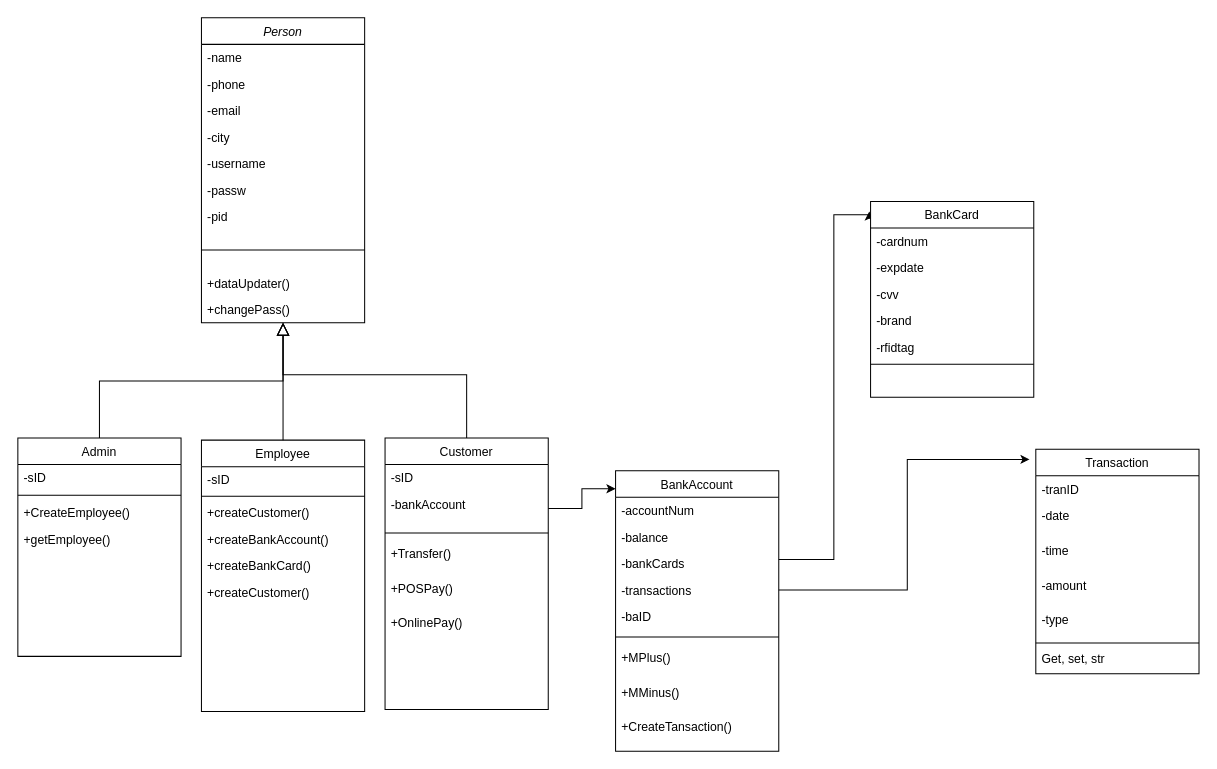
Earlier version of the draw.io diagram OOP Python/Project - Bank/bank.drawio (ladamtla/School). Source tidied: cells renumbered, new cells numbered last; positions are measured from the earlier drawing's top-left corner, leaving out a move shared by most shapes. Both pictures are drawn from the tidied source at 102%, with x=0, y=0 at pixel (17, 17).
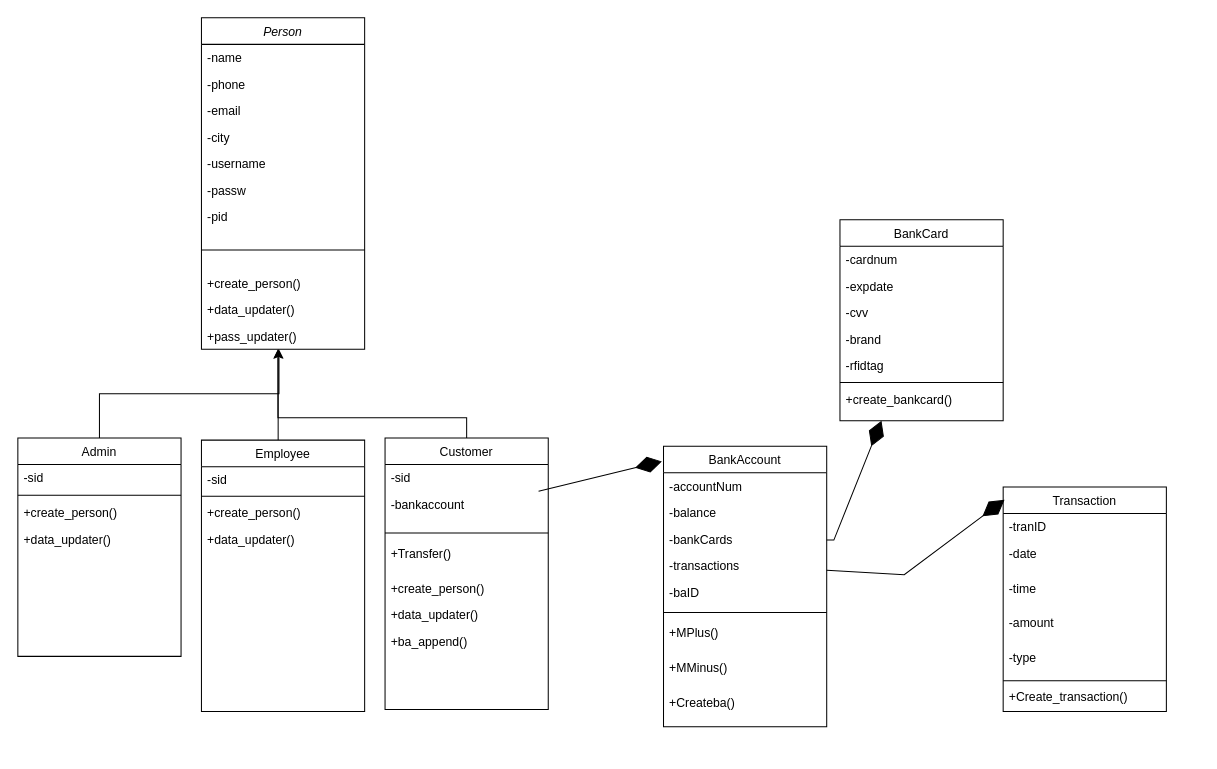
Above is the later version.

The change refers to these unchanged cells:
```xml
<mxCell id="13" value="Admin" style="swimlane;fontStyle=0;align=center;verticalAlign=top;horizontal=1;startSize=26;rounded=0;shadow=0;strokeWidth=1;" parent="1" vertex="1">
  <mxGeometry y="412" width="160" height="214" as="geometry" />
</mxCell>
<mxCell id="19" value="Employee" style="swimlane;fontStyle=0;align=center;verticalAlign=top;horizontal=1;startSize=26;rounded=0;shadow=0;strokeWidth=1;" parent="1" vertex="1">
  <mxGeometry x="180" y="414" width="160" height="266" as="geometry" />
</mxCell>
<mxCell id="27" value="Customer" style="swimlane;fontStyle=0;align=center;verticalAlign=top;horizontal=1;startSize=26;rounded=0;shadow=0;strokeWidth=1;" parent="1" vertex="1">
  <mxGeometry x="360" y="412" width="160" height="266" as="geometry" />
</mxCell>
<mxCell id="39" value="-bankCards" style="text;align=left;verticalAlign=top;spacingLeft=4;spacingRight=4;overflow=hidden;points=[[0,0.5],[1,0.5]];portConstraint=eastwest;rounded=0;" parent="36" vertex="1">
  <mxGeometry y="78" width="160" height="26" as="geometry" />
</mxCell>
<mxCell id="40" value="-transactions" style="text;align=left;verticalAlign=top;spacingLeft=4;spacingRight=4;overflow=hidden;points=[[0,0.5],[1,0.5]];portConstraint=eastwest;rounded=0;" parent="36" vertex="1">
  <mxGeometry y="104" width="160" height="26" as="geometry" />
</mxCell>
```

Diff of the diagram source:
```diff
@@
     <mxCell id="2" value="Person" style="swimlane;fontStyle=2;align=center;verticalAlign=top;horizontal=1;startSize=26;rounded=0;shadow=0;strokeWidth=1;" parent="1" vertex="1">
-      <mxGeometry x="180" width="160" height="299" as="geometry" />
+      <mxGeometry x="180" width="160" height="325" as="geometry" />
     </mxCell>
@@
-    <mxCell id="11" value="+dataUpdater()" style="text;align=left;verticalAlign=top;spacingLeft=4;spacingRight=4;overflow=hidden;rounded=0;shadow=0;html=0;" parent="2" vertex="1">
+    <mxCell id="11" value="+create_person()" style="text;align=left;verticalAlign=top;spacingLeft=4;spacingRight=4;overflow=hidden;rounded=0;shadow=0;html=0;" parent="2" vertex="1">
       <mxGeometry y="247" width="160" height="26" as="geometry" />
     </mxCell>
-    <mxCell id="12" value="+changePass()" style="text;align=left;verticalAlign=top;spacingLeft=4;spacingRight=4;overflow=hidden;rounded=0;shadow=0;html=0;" parent="2" vertex="1">
+    <mxCell id="12" value="+data_updater()" style="text;align=left;verticalAlign=top;spacingLeft=4;spacingRight=4;overflow=hidden;rounded=0;shadow=0;html=0;" parent="2" vertex="1">
       <mxGeometry y="273" width="160" height="26" as="geometry" />
     </mxCell>
+    <mxCell id="63" value="+pass_updater()" style="text;align=left;verticalAlign=top;spacingLeft=4;spacingRight=4;overflow=hidden;points=[[0,0.5],[1,0.5]];portConstraint=eastwest;rounded=0;shadow=0;html=0;" parent="2" vertex="1">
+      <mxGeometry y="299" width="160" height="26" as="geometry" />
+    </mxCell>
+    <mxCell id="64" style="edgeStyle=orthogonalEdgeStyle;rounded=0;jettySize=auto;html=1;entryX=0.475;entryY=1;entryDx=0;entryDy=0;entryPerimeter=0;" parent="1" edge="1" source="13" target="63">
+      <mxGeometry relative="1" as="geometry" />
+    </mxCell>
@@
-    <mxCell id="14" value="-sID" style="text;align=left;verticalAlign=top;spacingLeft=4;spacingRight=4;overflow=hidden;rounded=0;" parent="13" vertex="1">
+    <mxCell id="14" value="-sid" style="text;align=left;verticalAlign=top;spacingLeft=4;spacingRight=4;overflow=hidden;rounded=0;" parent="13" vertex="1">
       <mxGeometry y="26" width="160" height="26" as="geometry" />
     </mxCell>
@@
-    <mxCell id="16" value="+CreateEmployee()" style="text;align=left;verticalAlign=top;spacingLeft=4;spacingRight=4;overflow=hidden;rounded=0;" parent="13" vertex="1">
-      <mxGeometry y="60" width="160" height="26" as="geometry" />
-    </mxCell>
-    <mxCell id="17" value="+getEmployee()" style="text;align=left;verticalAlign=top;spacingLeft=4;spacingRight=4;overflow=hidden;rounded=0;" parent="13" vertex="1">
-      <mxGeometry y="86" width="160" height="26" as="geometry" />
-    </mxCell>
-    <mxCell id="18" style="endArrow=block;endSize=10;endFill=0;shadow=0;strokeWidth=1;rounded=0;edgeStyle=elbowEdgeStyle;elbow=vertical;entryX=0.5;entryY=1;entryDx=0;entryDy=0;" parent="1" edge="1" source="13" target="2">
-      <mxGeometry relative="1" as="geometry" />
-    </mxCell>
+    <mxCell id="65" value="+create_person()" style="text;align=left;verticalAlign=top;spacingLeft=4;spacingRight=4;overflow=hidden;rounded=0;shadow=0;html=0;" parent="13" vertex="1">
+      <mxGeometry y="60" width="160" height="26" as="geometry" />
+    </mxCell>
+    <mxCell id="66" value="+data_updater()" style="text;align=left;verticalAlign=top;spacingLeft=4;spacingRight=4;overflow=hidden;rounded=0;shadow=0;html=0;" parent="13" vertex="1">
+      <mxGeometry y="86" width="160" height="26" as="geometry" />
+    </mxCell>
+    <mxCell id="67" style="edgeStyle=orthogonalEdgeStyle;rounded=0;jettySize=auto;html=1;entryX=0.47;entryY=0.998;entryDx=0;entryDy=0;entryPerimeter=0;" parent="1" edge="1" source="19" target="63">
+      <mxGeometry relative="1" as="geometry">
+        <Array as="points">
+          <mxPoint x="255" y="369" />
+        </Array>
+      </mxGeometry>
+    </mxCell>
@@
-    <mxCell id="20" value="-sID" style="text;align=left;verticalAlign=top;spacingLeft=4;spacingRight=4;overflow=hidden;rounded=0;" parent="19" vertex="1">
+    <mxCell id="20" value="-sid&#10;" style="text;align=left;verticalAlign=top;spacingLeft=4;spacingRight=4;overflow=hidden;rounded=0;" parent="19" vertex="1">
       <mxGeometry y="26" width="160" height="26" as="geometry" />
     </mxCell>
@@
-    <mxCell id="22" value="+createCustomer()" style="text;align=left;verticalAlign=top;spacingLeft=4;spacingRight=4;overflow=hidden;rounded=0;" parent="19" vertex="1">
-      <mxGeometry y="58" width="160" height="26" as="geometry" />
-    </mxCell>
-    <mxCell id="23" value="+createBankAccount()" style="text;align=left;verticalAlign=top;spacingLeft=4;spacingRight=4;overflow=hidden;rounded=0;" parent="19" vertex="1">
-      <mxGeometry y="84" width="160" height="26" as="geometry" />
-    </mxCell>
-    <mxCell id="24" value="+createBankCard()" style="text;align=left;verticalAlign=top;spacingLeft=4;spacingRight=4;overflow=hidden;rounded=0;" parent="19" vertex="1">
-      <mxGeometry y="110" width="160" height="26" as="geometry" />
-    </mxCell>
-    <mxCell id="25" value="+createCustomer()" style="text;align=left;verticalAlign=top;spacingLeft=4;spacingRight=4;overflow=hidden;rounded=0;" parent="19" vertex="1">
-      <mxGeometry y="136" width="160" height="26" as="geometry" />
-    </mxCell>
-    <mxCell id="26" style="endArrow=block;endSize=10;endFill=0;shadow=0;strokeWidth=1;rounded=0;edgeStyle=elbowEdgeStyle;elbow=vertical;entryX=0.5;entryY=1;entryDx=0;entryDy=0;" parent="1" edge="1" source="19" target="2">
-      <mxGeometry relative="1" as="geometry" />
-    </mxCell>
+    <mxCell id="68" value="+create_person()" style="text;align=left;verticalAlign=top;spacingLeft=4;spacingRight=4;overflow=hidden;rounded=0;shadow=0;html=0;" parent="19" vertex="1">
+      <mxGeometry y="58" width="160" height="26" as="geometry" />
+    </mxCell>
+    <mxCell id="69" value="+data_updater()" style="text;align=left;verticalAlign=top;spacingLeft=4;spacingRight=4;overflow=hidden;rounded=0;shadow=0;html=0;" parent="19" vertex="1">
+      <mxGeometry y="84" width="160" height="26" as="geometry" />
+    </mxCell>
+    <mxCell id="70" style="edgeStyle=orthogonalEdgeStyle;rounded=0;jettySize=auto;html=1;" parent="1" edge="1" source="27">
+      <mxGeometry relative="1" as="geometry">
+        <mxPoint x="255" y="325" as="targetPoint" />
+        <Array as="points">
+          <mxPoint x="440" y="392" />
+          <mxPoint x="255" y="392" />
+          <mxPoint x="255" y="356" />
+        </Array>
+      </mxGeometry>
+    </mxCell>
@@
-    <mxCell id="28" value="-sID" style="text;align=left;verticalAlign=top;spacingLeft=4;spacingRight=4;overflow=hidden;rounded=0;" parent="27" vertex="1">
+    <mxCell id="28" value="-sid&#10;" style="text;align=left;verticalAlign=top;spacingLeft=4;spacingRight=4;overflow=hidden;rounded=0;" parent="27" vertex="1">
       <mxGeometry y="26" width="160" height="26" as="geometry" />
     </mxCell>
-    <mxCell id="29" value="-bankAccount" style="text;align=left;verticalAlign=top;spacingLeft=4;spacingRight=4;overflow=hidden;points=[[0,0.5],[1,0.5]];portConstraint=eastwest;rounded=0;" parent="27" vertex="1">
+    <mxCell id="29" value="-bankaccount" style="text;align=left;verticalAlign=top;spacingLeft=4;spacingRight=4;overflow=hidden;points=[[0,0.5],[1,0.5]];portConstraint=eastwest;rounded=0;" parent="27" vertex="1">
       <mxGeometry y="52" width="160" height="34" as="geometry" />
     </mxCell>
@@
-    <mxCell id="32" value="+POSPay()" style="text;align=left;verticalAlign=top;spacingLeft=4;spacingRight=4;overflow=hidden;rounded=0;" parent="27" vertex="1">
-      <mxGeometry y="134" width="160" height="34" as="geometry" />
-    </mxCell>
-    <mxCell id="33" value="+OnlinePay()" style="text;align=left;verticalAlign=top;spacingLeft=4;spacingRight=4;overflow=hidden;rounded=0;" parent="27" vertex="1">
-      <mxGeometry y="168" width="160" height="34" as="geometry" />
-    </mxCell>
-    <mxCell id="34" style="endArrow=block;endSize=10;endFill=0;shadow=0;strokeWidth=1;rounded=0;edgeStyle=elbowEdgeStyle;elbow=vertical;exitX=0.5;exitY=0;exitDx=0;exitDy=0;entryX=0.5;entryY=1;entryDx=0;entryDy=0;" parent="1" edge="1" source="27" target="2">
-      <mxGeometry relative="1" as="geometry">
-        <Array as="points">
-          <mxPoint x="344" y="350" />
-        </Array>
-      </mxGeometry>
-    </mxCell>
-    <mxCell id="35" style="edgeStyle=orthogonalEdgeStyle;rounded=0;jettySize=auto;html=1;entryX=-0.008;entryY=0.051;entryDx=0;entryDy=0;entryPerimeter=0;" parent="1" edge="1" source="39" target="47">
-      <mxGeometry relative="1" as="geometry">
-        <Array as="points">
-          <mxPoint x="800" y="531" />
-          <mxPoint x="800" y="193" />
-        </Array>
-      </mxGeometry>
-    </mxCell>
+    <mxCell id="71" value="+create_person()" style="text;align=left;verticalAlign=top;spacingLeft=4;spacingRight=4;overflow=hidden;rounded=0;shadow=0;html=0;" parent="27" vertex="1">
+      <mxGeometry y="134" width="160" height="26" as="geometry" />
+    </mxCell>
+    <mxCell id="72" value="+data_updater()" style="text;align=left;verticalAlign=top;spacingLeft=4;spacingRight=4;overflow=hidden;rounded=0;shadow=0;html=0;" parent="27" vertex="1">
+      <mxGeometry y="160" width="160" height="26" as="geometry" />
+    </mxCell>
+    <mxCell id="73" value="+ba_append()" style="text;align=left;verticalAlign=top;spacingLeft=4;spacingRight=4;overflow=hidden;rounded=0;shadow=0;html=0;" parent="27" vertex="1">
+      <mxGeometry y="186" width="160" height="26" as="geometry" />
+    </mxCell>
     <mxCell id="36" value="BankAccount" style="swimlane;fontStyle=0;align=center;verticalAlign=top;horizontal=1;startSize=26;rounded=0;shadow=0;strokeWidth=1;" parent="1" vertex="1">
-      <mxGeometry x="586" y="444" width="160" height="275" as="geometry" />
+      <mxGeometry x="633" y="420" width="160" height="275" as="geometry" />
     </mxCell>
@@
-    <mxCell id="45" value="+CreateTansaction()" style="text;align=left;verticalAlign=top;spacingLeft=4;spacingRight=4;overflow=hidden;rounded=0;" parent="36" vertex="1">
+    <mxCell id="45" value="+Createba()" style="text;align=left;verticalAlign=top;spacingLeft=4;spacingRight=4;overflow=hidden;rounded=0;" parent="36" vertex="1">
       <mxGeometry y="238" width="160" height="34" as="geometry" />
     </mxCell>
-    <mxCell id="46" style="edgeStyle=orthogonalEdgeStyle;rounded=0;jettySize=auto;html=1;exitX=1;exitY=0.5;exitDx=0;exitDy=0;entryX=0;entryY=0.064;entryDx=0;entryDy=0;entryPerimeter=0;" parent="1" edge="1" source="29" target="36">
-      <mxGeometry relative="1" as="geometry" />
-    </mxCell>
     <mxCell id="47" value="BankCard" style="swimlane;fontStyle=0;align=center;verticalAlign=top;horizontal=1;startSize=26;rounded=0;shadow=0;strokeWidth=1;" parent="1" vertex="1">
-      <mxGeometry x="836" y="180" width="160" height="192" as="geometry" />
+      <mxGeometry x="806" y="198" width="160" height="197" as="geometry" />
     </mxCell>
@@
+    <mxCell id="74" value="+create_bankcard()" style="text;align=left;verticalAlign=top;spacingLeft=4;spacingRight=4;overflow=hidden;rounded=0;" parent="47" vertex="1">
+      <mxGeometry y="163" width="160" height="34" as="geometry" />
+    </mxCell>
     <mxCell id="54" value="Transaction" style="swimlane;fontStyle=0;align=center;verticalAlign=top;horizontal=1;startSize=26;rounded=0;shadow=0;strokeWidth=1;" parent="1" vertex="1">
-      <mxGeometry x="998" y="423" width="160" height="220" as="geometry" />
+      <mxGeometry x="966" y="460" width="160" height="220" as="geometry" />
     </mxCell>
@@
-    <mxCell id="61" value="Get, set, str" style="text;align=left;verticalAlign=top;spacingLeft=4;spacingRight=4;overflow=hidden;rounded=0;" parent="54" vertex="1">
+    <mxCell id="61" value="+Create_transaction()" style="text;align=left;verticalAlign=top;spacingLeft=4;spacingRight=4;overflow=hidden;rounded=0;" parent="54" vertex="1">
       <mxGeometry y="192" width="160" height="26" as="geometry" />
     </mxCell>
+    <mxCell id="46" style="endArrow=diamondThin;endFill=1;endSize=24;html=1;rounded=0;entryX=-0.01;entryY=0.054;entryDx=0;entryDy=0;entryPerimeter=0;" parent="1" edge="1" source="29" target="36">
+      <mxGeometry relative="1" as="geometry" />
+    </mxCell>
+    <mxCell id="35" style="endArrow=diamondThin;endFill=1;endSize=24;html=1;rounded=0;" parent="1" edge="1" source="39" target="47">
+      <mxGeometry relative="1" as="geometry">
+        <Array as="points">
+          <mxPoint x="800" y="512" />
+        </Array>
+      </mxGeometry>
+    </mxCell>
-    <mxCell id="62" style="edgeStyle=orthogonalEdgeStyle;rounded=0;jettySize=auto;html=1;exitX=1;exitY=0.5;exitDx=0;exitDy=0;entryX=-0.038;entryY=0.045;entryDx=0;entryDy=0;entryPerimeter=0;" parent="1" edge="1" source="40" target="54">
-      <mxGeometry relative="1" as="geometry" />
+    <mxCell id="62" style="endArrow=diamondThin;endFill=1;endSize=24;html=1;rounded=0;entryX=0.008;entryY=0.057;entryDx=0;entryDy=0;entryPerimeter=0;" parent="1" edge="1" source="40" target="54">
+      <mxGeometry relative="1" as="geometry">
+        <Array as="points">
+          <mxPoint x="869" y="546" />
+        </Array>
+      </mxGeometry>
     </mxCell>
```
